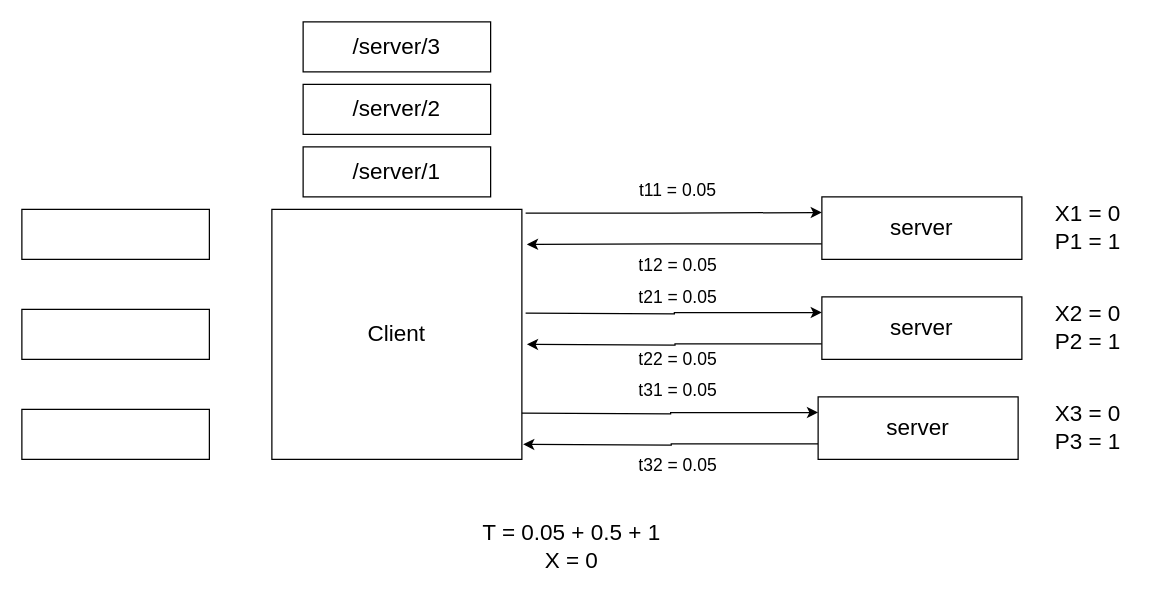
saurabh-hirani/slides keeps this draw.io diagram as decks/grequests-https-talk/images/python-grequests-flow-invalid-1.drawio. Above is the earlier version. Source tidied: cells renumbered, new cells numbered last; positions are measured from the earlier drawing's top-left corner, leaving out a move shared by most shapes. Both pictures are drawn from the tidied source at 125%, with x=0, y=0 at pixel (21, 21).
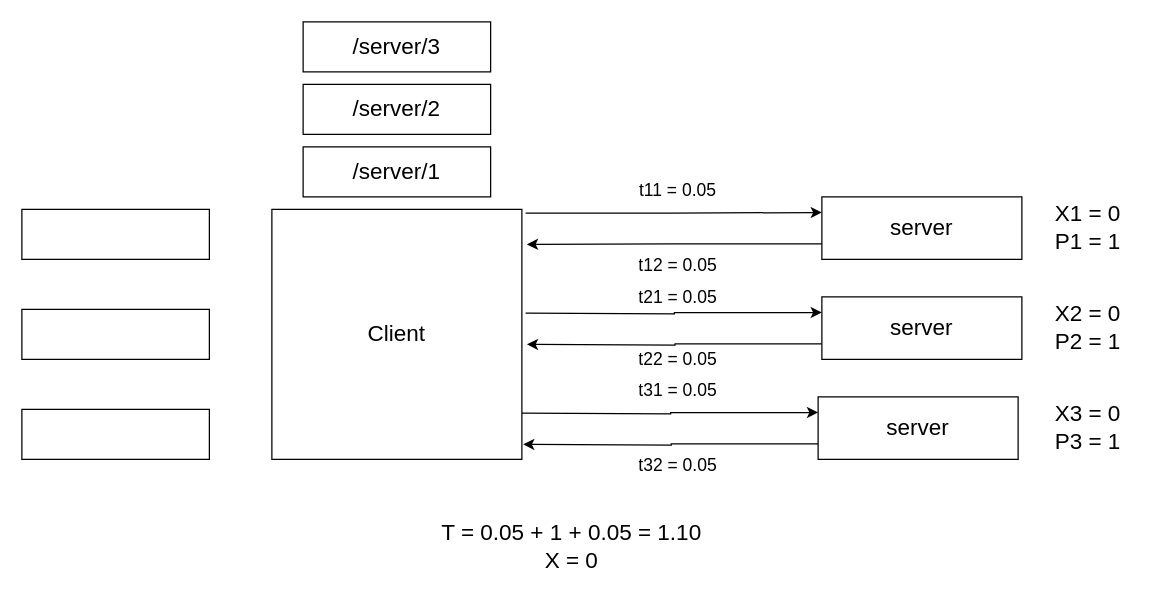
The same page after the edit.

Diff of the diagram source:
```diff
@@
-    <mxCell id="9" value="&lt;font style=&quot;font-size: 18px&quot;&gt;T = 0.05 + 0.5 + 1&lt;br&gt;X = 0&lt;br&gt;&lt;/font&gt;" style="text;html=1;strokeColor=none;fillColor=none;align=center;verticalAlign=middle;whiteSpace=wrap;overflow=hidden;" parent="1" vertex="1">
+    <mxCell id="9" value="&lt;font style=&quot;font-size: 18px&quot;&gt;T = 0.05 + 1 + 0.05 = 1.10&lt;br&gt;X = 0&lt;br&gt;&lt;/font&gt;" style="text;html=1;strokeColor=none;fillColor=none;align=center;verticalAlign=middle;whiteSpace=wrap;overflow=hidden;" parent="1" vertex="1">
       <mxGeometry y="390" width="880" height="60" as="geometry" />
     </mxCell>
```
